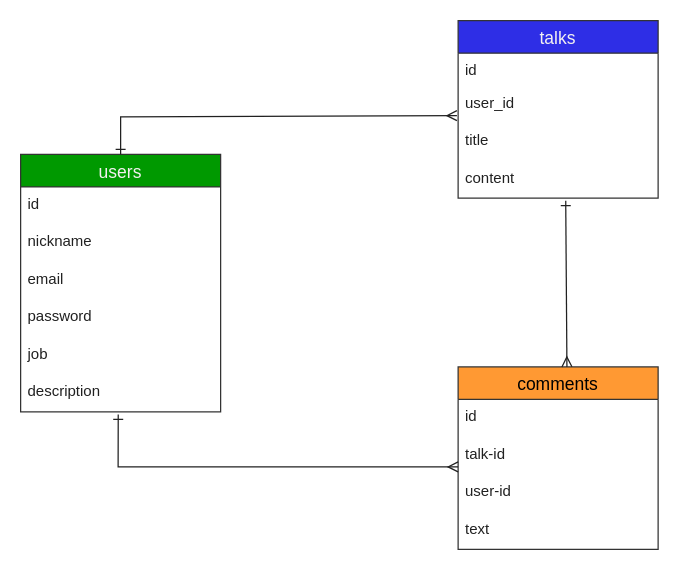
Before: therapistalk.dio in natsuko-shibayama/therapistalk, a draw.io diagram. Source tidied: cells renumbered, new cells numbered last; positions are measured from the earlier drawing's top-left corner, leaving out a move shared by most shapes. Both pictures are drawn from the tidied source at 125%, with x=0, y=0 at pixel (20, 20).
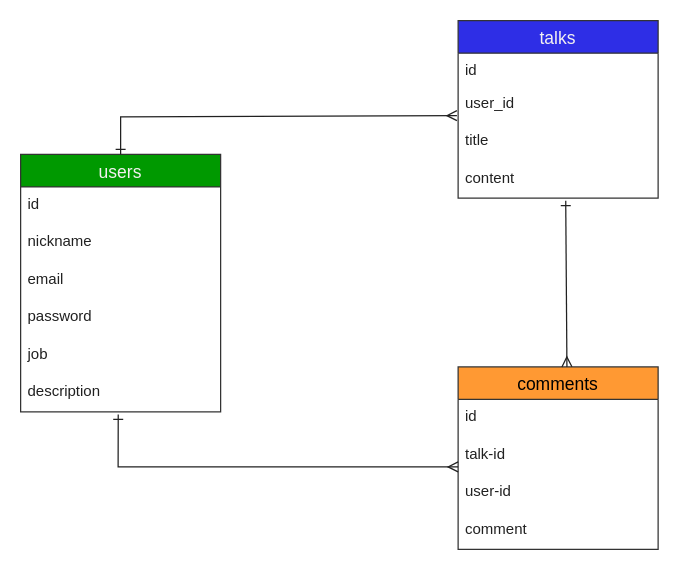
Above is the later version.

Unchanged cells that the change refers to:
```xml
<mxCell id="14" value="comments" style="swimlane;fontStyle=0;horizontal=1;startSize=26;align=center;fontSize=14;fillColor=#FF9933;strokeColor=#333333;" parent="1" vertex="1">
  <mxGeometry x="350" y="277" width="160" height="146" as="geometry" />
</mxCell>
```

The edit, as a diff of the source:
```diff
@@
-    <mxCell id="18" value="text" style="text;strokeColor=none;fillColor=none;spacingLeft=4;spacingRight=4;overflow=hidden;fontSize=12;fontColor=#212121;" parent="14" vertex="1">
+    <mxCell id="18" value="comment" style="text;strokeColor=none;fillColor=none;spacingLeft=4;spacingRight=4;overflow=hidden;fontSize=12;fontColor=#212121;" parent="14" vertex="1">
       <mxGeometry y="116" width="160" height="30" as="geometry" />
     </mxCell>
```
